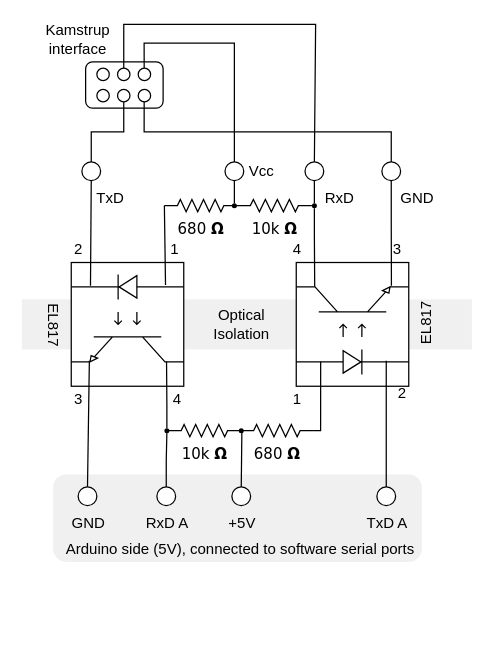
This is docs/Kamstrup_Arduino_Isolated.drawio from JohanElmis/esphome-kamstrup-382-electricity-meter, a draw.io file, before an edit. Source tidied: cells renumbered, new cells numbered last; positions are measured from the earlier drawing's top-left corner, leaving out a move shared by most shapes. Both pictures are drawn from the tidied source at 125%, with x=0, y=0 at pixel (21, 24).
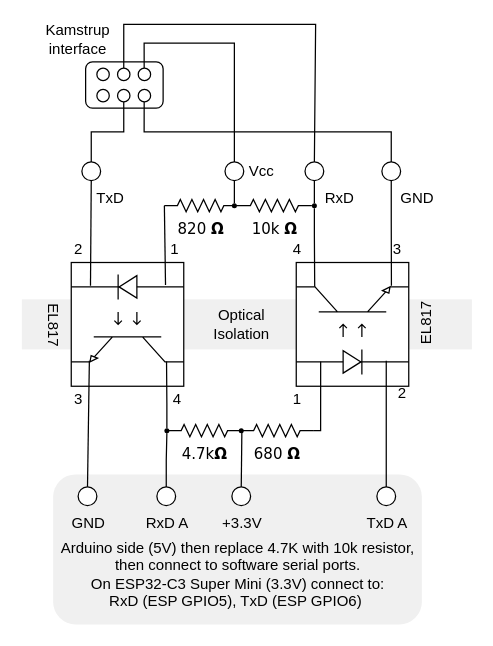
After the change.

Diff of the diagram source:
```diff
@@
     <mxCell id="3" style="rounded=1;whiteSpace=wrap;html=1;align=left;fillColor=#F0F0F0;strokeColor=none;" parent="1" vertex="1">
-      <mxGeometry x="25" y="360" width="295" height="70" as="geometry" />
+      <mxGeometry x="25" y="360" width="295" height="120" as="geometry" />
     </mxCell>
@@
-    <mxCell id="9" value="10k&amp;nbsp;&lt;b&gt;Ω&lt;/b&gt;" style="verticalLabelPosition=bottom;shadow=0;dashed=0;align=center;html=1;verticalAlign=top;strokeWidth=1;shape=mxgraph.electrical.resistors.resistor_2;rounded=1;comic=0;labelBackgroundColor=none;fontFamily=Verdana;fontSize=12;" parent="1" vertex="1">
+    <mxCell id="9" value="4.7k&lt;b&gt;Ω&lt;/b&gt;" style="verticalLabelPosition=bottom;shadow=0;dashed=0;align=center;html=1;verticalAlign=top;strokeWidth=1;shape=mxgraph.electrical.resistors.resistor_2;rounded=1;comic=0;labelBackgroundColor=none;fontFamily=Verdana;fontSize=12;" parent="1" vertex="1">
       <mxGeometry x="117" y="320" width="58" height="10" as="geometry" />
     </mxCell>
@@
-    <mxCell id="16" value="680&amp;nbsp;&lt;b&gt;Ω&lt;/b&gt;" style="verticalLabelPosition=bottom;shadow=0;dashed=0;align=center;html=1;verticalAlign=top;strokeWidth=1;shape=mxgraph.electrical.resistors.resistor_2;rounded=1;comic=0;labelBackgroundColor=none;fontFamily=Verdana;fontSize=12;" parent="1" vertex="1">
+    <mxCell id="16" value="820&amp;nbsp;&lt;b&gt;Ω&lt;/b&gt;" style="verticalLabelPosition=bottom;shadow=0;dashed=0;align=center;html=1;verticalAlign=top;strokeWidth=1;shape=mxgraph.electrical.resistors.resistor_2;rounded=1;comic=0;labelBackgroundColor=none;fontFamily=Verdana;fontSize=12;" parent="1" vertex="1">
       <mxGeometry x="114" y="140" width="58" height="10" as="geometry" />
     </mxCell>
@@
-    <mxCell id="19" value="+5V" style="verticalLabelPosition=bottom;shadow=0;dashed=0;align=center;html=1;verticalAlign=top;strokeWidth=1;shape=ellipse;perimeter=ellipsePerimeter;" parent="1" vertex="1">
+    <mxCell id="19" value="+3.3V" style="verticalLabelPosition=bottom;shadow=0;dashed=0;align=center;html=1;verticalAlign=top;strokeWidth=1;shape=ellipse;perimeter=ellipsePerimeter;" parent="1" vertex="1">
       <mxGeometry x="168" y="370" width="15" height="15" as="geometry" />
     </mxCell>
@@
-    <mxCell id="48" value="Arduino side (5V), connected to software serial ports" style="text;html=1;strokeColor=none;fillColor=none;align=center;verticalAlign=middle;whiteSpace=wrap;rounded=0;" parent="1" vertex="1">
-      <mxGeometry x="20" y="410" width="310" height="20" as="geometry" />
+    <mxCell id="48" value="Arduino side (5V) then replace 4.7K with 10k resistor, then connect to software serial ports.&lt;br&gt;On ESP32-C3 Super Mini (3.3V) connect to:&lt;br&gt;RxD (ESP GPIO5), TxD (ESP GPIO6)&amp;nbsp;" style="text;html=1;strokeColor=none;fillColor=none;align=center;verticalAlign=middle;whiteSpace=wrap;rounded=0;" parent="1" vertex="1">
+      <mxGeometry x="17.5" y="410" width="310" height="60" as="geometry" />
     </mxCell>
```
